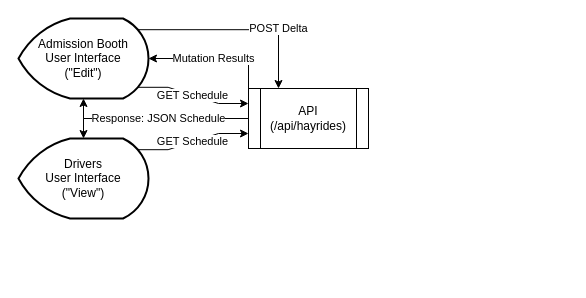
Earlier version of the draw.io diagram hayridesOverview.drawio (macglencoe/diagrams). Source tidied: cells renumbered, new cells numbered last; positions are measured from the earlier drawing's top-left corner, leaving out a move shared by most shapes. Both pictures are drawn from the tidied source at 100%, with x=0, y=0 at pixel (18, 18).
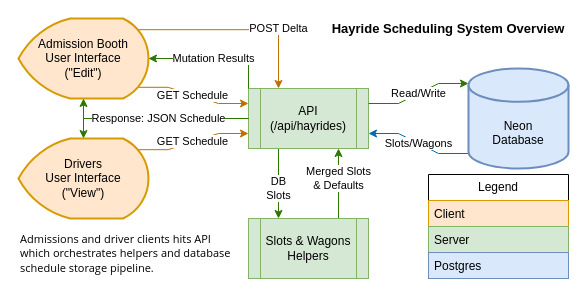
The same diagram, later.

Change to the diagram source:
```diff
@@
-    <mxCell id="2" value="POST Delta" style="rounded=0;jettySize=auto;html=1;exitX=0.92;exitY=0.14;exitDx=0;exitDy=0;exitPerimeter=0;entryX=0.25;entryY=0;entryDx=0;entryDy=0;edgeStyle=orthogonalEdgeStyle;" parent="1" edge="1" source="4" target="7">
+    <mxCell id="2" value="POST Delta" style="rounded=0;jettySize=auto;html=1;exitX=0.92;exitY=0.14;exitDx=0;exitDy=0;exitPerimeter=0;entryX=0.25;entryY=0;entryDx=0;entryDy=0;edgeStyle=orthogonalEdgeStyle;fillColor=#f0a30a;strokeColor=#BD7000;" parent="1" edge="1" source="4" target="7">
       <mxGeometry x="0.41" y="-1" relative="1" as="geometry">
         <mxPoint x="1" y="-1" as="offset" />
       </mxGeometry>
     </mxCell>
-    <mxCell id="3" value="GET Schedule" style="edgeStyle=entityRelationEdgeStyle;rounded=0;jettySize=auto;html=1;exitX=0.92;exitY=0.86;exitDx=0;exitDy=0;exitPerimeter=0;entryX=0;entryY=0.25;entryDx=0;entryDy=0;" parent="1" edge="1" source="4" target="7">
+    <mxCell id="3" value="GET Schedule" style="edgeStyle=entityRelationEdgeStyle;rounded=0;jettySize=auto;html=1;exitX=0.92;exitY=0.86;exitDx=0;exitDy=0;exitPerimeter=0;entryX=0;entryY=0.25;entryDx=0;entryDy=0;fillColor=#f0a30a;strokeColor=#BD7000;" parent="1" edge="1" source="4" target="7">
       <mxGeometry relative="1" as="geometry" />
     </mxCell>
-    <mxCell id="4" value="&lt;div&gt;&lt;span style=&quot;background-color: transparent; color: light-dark(rgb(0, 0, 0), rgb(255, 255, 255));&quot;&gt;Admission Booth&lt;/span&gt;&lt;/div&gt;&lt;div&gt;User Interface&lt;span style=&quot;background-color: transparent; color: light-dark(rgb(0, 0, 0), rgb(255, 255, 255));&quot;&gt;&lt;/span&gt;&lt;/div&gt;&lt;div&gt;(&quot;Edit&quot;)&lt;/div&gt;" style="strokeWidth=2;html=1;shape=mxgraph.flowchart.display;whiteSpace=wrap;" parent="1" vertex="1">
+    <mxCell id="4" value="&lt;div&gt;&lt;span style=&quot;background-color: transparent; color: light-dark(rgb(0, 0, 0), rgb(255, 255, 255));&quot;&gt;Admission Booth&lt;/span&gt;&lt;/div&gt;&lt;div&gt;User Interface&lt;span style=&quot;background-color: transparent; color: light-dark(rgb(0, 0, 0), rgb(255, 255, 255));&quot;&gt;&lt;/span&gt;&lt;/div&gt;&lt;div&gt;(&quot;Edit&quot;)&lt;/div&gt;" style="strokeWidth=2;html=1;shape=mxgraph.flowchart.display;whiteSpace=wrap;fillColor=#ffe6cc;strokeColor=#d79b00;" parent="1" vertex="1">
       <mxGeometry width="130" height="80" as="geometry" />
     </mxCell>
-    <mxCell id="5" value="GET Schedule" style="edgeStyle=entityRelationEdgeStyle;rounded=0;jettySize=auto;html=1;exitX=0.92;exitY=0.14;exitDx=0;exitDy=0;exitPerimeter=0;entryX=0;entryY=0.75;entryDx=0;entryDy=0;" parent="1" edge="1" source="6" target="7">
+    <mxCell id="5" value="GET Schedule" style="edgeStyle=entityRelationEdgeStyle;rounded=0;jettySize=auto;html=1;exitX=0.92;exitY=0.14;exitDx=0;exitDy=0;exitPerimeter=0;entryX=0;entryY=0.75;entryDx=0;entryDy=0;fillColor=#f0a30a;strokeColor=#BD7000;" parent="1" edge="1" source="6" target="7">
       <mxGeometry relative="1" as="geometry" />
     </mxCell>
-    <mxCell id="6" value="&lt;div&gt;&lt;span style=&quot;background-color: transparent; color: light-dark(rgb(0, 0, 0), rgb(255, 255, 255));&quot;&gt;Drivers&lt;/span&gt;&lt;/div&gt;&lt;div&gt;&lt;span style=&quot;background-color: transparent; color: light-dark(rgb(0, 0, 0), rgb(255, 255, 255));&quot;&gt;User Interface&lt;/span&gt;&lt;/div&gt;&lt;div&gt;(&quot;View&quot;)&lt;/div&gt;" style="strokeWidth=2;html=1;shape=mxgraph.flowchart.display;whiteSpace=wrap;" parent="1" vertex="1">
+    <mxCell id="6" value="&lt;div&gt;&lt;span style=&quot;background-color: transparent; color: light-dark(rgb(0, 0, 0), rgb(255, 255, 255));&quot;&gt;Drivers&lt;/span&gt;&lt;/div&gt;&lt;div&gt;&lt;span style=&quot;background-color: transparent; color: light-dark(rgb(0, 0, 0), rgb(255, 255, 255));&quot;&gt;User Interface&lt;/span&gt;&lt;/div&gt;&lt;div&gt;(&quot;View&quot;)&lt;/div&gt;" style="strokeWidth=2;html=1;shape=mxgraph.flowchart.display;whiteSpace=wrap;fillColor=#ffe6cc;strokeColor=#d79b00;" parent="1" vertex="1">
       <mxGeometry y="120" width="130" height="80" as="geometry" />
     </mxCell>
+    <mxCell id="11" value="DB&lt;br&gt;&lt;div&gt;Slots&lt;/div&gt;" style="edgeStyle=orthogonalEdgeStyle;rounded=0;jettySize=auto;html=1;exitX=0.25;exitY=1;exitDx=0;exitDy=0;entryX=0.25;entryY=0;entryDx=0;entryDy=0;fillColor=#60a917;strokeColor=#2D7600;" parent="1" edge="1" source="7" target="13">
+      <mxGeometry x="0.14" relative="1" as="geometry" />
+    </mxCell>
-    <mxCell id="7" value="API&lt;div&gt;(/api/hayrides)&lt;/div&gt;" style="shape=process;whiteSpace=wrap;html=1;backgroundOutline=1;" parent="1" vertex="1">
+    <mxCell id="7" value="API&lt;div&gt;(/api/hayrides)&lt;/div&gt;" style="shape=process;whiteSpace=wrap;html=1;backgroundOutline=1;fillColor=#d5e8d4;strokeColor=#82b366;" parent="1" vertex="1">
       <mxGeometry x="230" y="70" width="120" height="60" as="geometry" />
     </mxCell>
-    <mxCell id="8" style="edgeStyle=orthogonalEdgeStyle;rounded=0;jettySize=auto;html=1;entryX=0.5;entryY=1;entryDx=0;entryDy=0;entryPerimeter=0;" parent="1" edge="1" source="7" target="4">
+    <mxCell id="8" style="edgeStyle=orthogonalEdgeStyle;rounded=0;jettySize=auto;html=1;entryX=0.5;entryY=1;entryDx=0;entryDy=0;entryPerimeter=0;fillColor=#60a917;strokeColor=#2D7600;" parent="1" edge="1" source="7" target="4">
       <mxGeometry relative="1" as="geometry" />
     </mxCell>
-    <mxCell id="9" value="Response: JSON Schedule" style="edgeStyle=orthogonalEdgeStyle;rounded=0;jettySize=auto;html=1;entryX=0.5;entryY=0;entryDx=0;entryDy=0;entryPerimeter=0;" parent="1" edge="1" source="7" target="6">
-      <mxGeometry x="-0.03" relative="1" as="geometry" />
+    <mxCell id="9" value="Response: JSON Schedule" style="edgeStyle=orthogonalEdgeStyle;rounded=0;jettySize=auto;html=1;entryX=0.5;entryY=0;entryDx=0;entryDy=0;entryPerimeter=0;fillColor=#60a917;strokeColor=#2D7600;" parent="1" edge="1" source="7" target="6">
+      <mxGeometry x="-0.03" relative="1" as="geometry">
+        <Array as="points">
+          <mxPoint x="65" y="100" />
+        </Array>
+      </mxGeometry>
     </mxCell>
-    <mxCell id="10" value="Mutation Results" style="edgeStyle=orthogonalEdgeStyle;rounded=0;jettySize=auto;html=1;exitX=0;exitY=0;exitDx=0;exitDy=0;entryX=1;entryY=0.5;entryDx=0;entryDy=0;entryPerimeter=0;" parent="1" edge="1" source="7" target="4">
+    <mxCell id="10" value="Mutation Results" style="edgeStyle=orthogonalEdgeStyle;rounded=0;jettySize=auto;html=1;exitX=0;exitY=0;exitDx=0;exitDy=0;entryX=1;entryY=0.5;entryDx=0;entryDy=0;entryPerimeter=0;fillColor=#60a917;strokeColor=#2D7600;" parent="1" edge="1" source="7" target="4">
       <mxGeometry relative="1" as="geometry" />
     </mxCell>
+    <mxCell id="12" value="Merged Slots&lt;div&gt;&amp;amp; Defaults&lt;/div&gt;" style="edgeStyle=orthogonalEdgeStyle;rounded=0;jettySize=auto;html=1;exitX=0.75;exitY=0;exitDx=0;exitDy=0;entryX=0.75;entryY=1;entryDx=0;entryDy=0;fillColor=#60a917;strokeColor=#2D7600;" parent="1" edge="1" source="13" target="7">
+      <mxGeometry x="0.14" relative="1" as="geometry" />
+    </mxCell>
+    <mxCell id="13" value="Slots &amp;amp; Wagons Helpers" style="shape=process;whiteSpace=wrap;html=1;backgroundOutline=1;fillColor=#d5e8d4;strokeColor=#82b366;" parent="1" vertex="1">
+      <mxGeometry x="230" y="200" width="120" height="60" as="geometry" />
+    </mxCell>
+    <mxCell id="14" value="Slots/Wagons" style="edgeStyle=entityRelationEdgeStyle;rounded=0;jettySize=auto;html=1;exitX=0;exitY=0.85;exitDx=0;exitDy=0;exitPerimeter=0;entryX=1;entryY=0.75;entryDx=0;entryDy=0;fillColor=#1ba1e2;strokeColor=#006EAF;" parent="1" edge="1" source="15" target="7">
+      <mxGeometry relative="1" as="geometry" />
+    </mxCell>
+    <mxCell id="15" value="&lt;div&gt;&lt;br&gt;&lt;/div&gt;&lt;div&gt;&lt;br&gt;&lt;/div&gt;Neon&lt;div&gt;Database&lt;/div&gt;" style="strokeWidth=2;html=1;shape=mxgraph.flowchart.database;whiteSpace=wrap;fillColor=#dae8fc;strokeColor=#6c8ebf;" parent="1" vertex="1">
+      <mxGeometry x="450" y="50" width="100" height="100" as="geometry" />
+    </mxCell>
+    <mxCell id="16" value="Read/Write" style="edgeStyle=entityRelationEdgeStyle;rounded=0;jettySize=auto;html=1;exitX=1;exitY=0.25;exitDx=0;exitDy=0;entryX=0;entryY=0.15;entryDx=0;entryDy=0;entryPerimeter=0;fillColor=#60a917;strokeColor=#2D7600;" parent="1" edge="1" source="7" target="15">
+      <mxGeometry relative="1" as="geometry" />
+    </mxCell>
+    <mxCell id="17" value="Legend" style="swimlane;fontStyle=0;horizontal=1;startSize=26;fillColor=none;whiteSpace=wrap;html=1;" parent="1" vertex="1">
+      <mxGeometry x="410" y="156" width="140" height="104" as="geometry" />
+    </mxCell>
+    <mxCell id="18" value="Client" style="text;strokeColor=#d79b00;fillColor=#ffe6cc;align=left;verticalAlign=top;spacingLeft=4;spacingRight=4;overflow=hidden;whiteSpace=wrap;html=1;" parent="17" vertex="1">
+      <mxGeometry y="26" width="140" height="26" as="geometry" />
+    </mxCell>
+    <mxCell id="19" value="Server" style="text;strokeColor=#82b366;fillColor=#d5e8d4;align=left;verticalAlign=top;spacingLeft=4;spacingRight=4;overflow=hidden;whiteSpace=wrap;html=1;" parent="17" vertex="1">
+      <mxGeometry y="52" width="140" height="26" as="geometry" />
+    </mxCell>
+    <mxCell id="20" value="Postgres" style="text;strokeColor=#6c8ebf;fillColor=#dae8fc;align=left;verticalAlign=top;spacingLeft=4;spacingRight=4;overflow=hidden;whiteSpace=wrap;html=1;" parent="17" vertex="1">
+      <mxGeometry y="78" width="140" height="26" as="geometry" />
+    </mxCell>
+    <mxCell id="21" value="Hayride Scheduling System Overview" style="text;html=1;align=center;verticalAlign=middle;whiteSpace=wrap;rounded=0;fontSize=13;fontStyle=1;" parent="1" vertex="1">
+      <mxGeometry x="310" width="240" height="20" as="geometry" />
+    </mxCell>
+    <mxCell id="22" value="&lt;span style=&quot;font-family: &amp;quot;Segoe WPC&amp;quot;, &amp;quot;Segoe UI&amp;quot;, sans-serif;&quot;&gt;Admissions and driver clients hits API which orchestrates helpers and database schedule storage pipeline.&lt;/span&gt;" style="text;html=1;align=left;verticalAlign=middle;whiteSpace=wrap;rounded=0;fontSize=11;labelBackgroundColor=none;fontColor=default;" parent="1" vertex="1">
+      <mxGeometry y="210" width="220" height="50" as="geometry" />
+    </mxCell>
```
